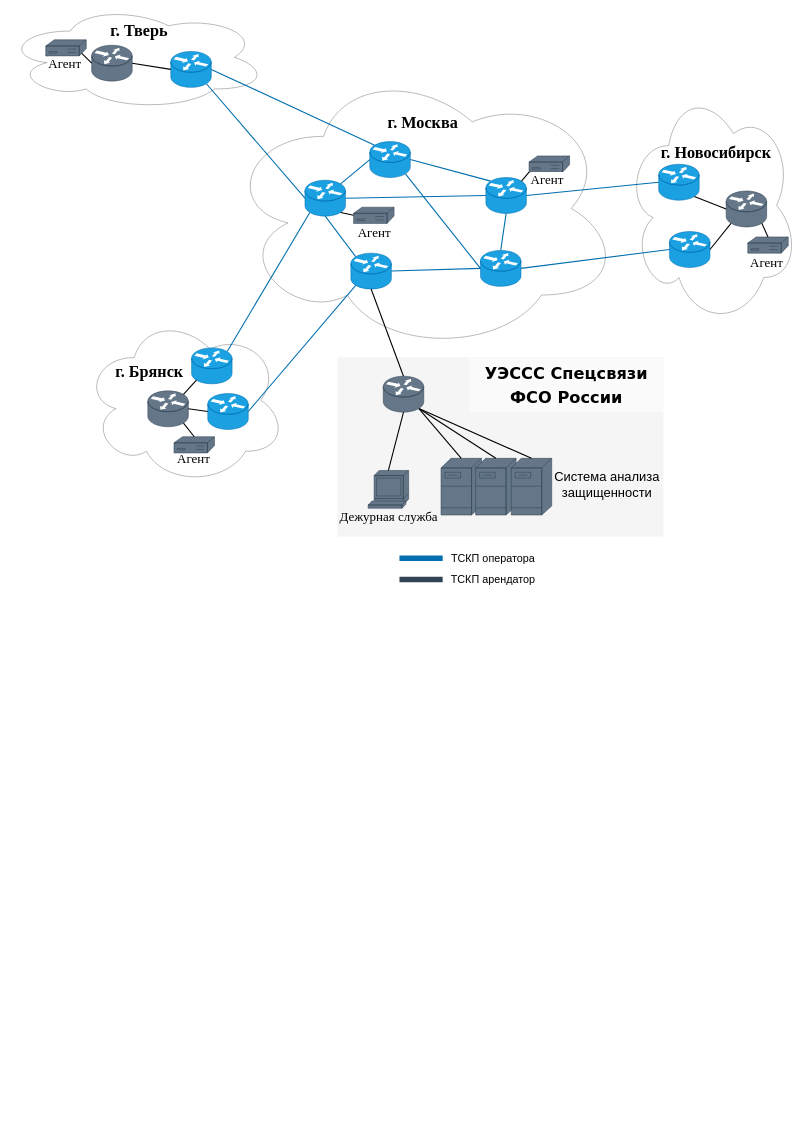
Earlier version of the draw.io diagram новая диаграмма для острикова.drawio (Egor-ZEV/PSTN). Source tidied: cells renumbered, new cells numbered last; positions are measured from the earlier drawing's top-left corner, leaving out a move shared by most shapes. Both pictures are drawn from the tidied source at 27%, with x=0, y=0 at pixel (5, 5).
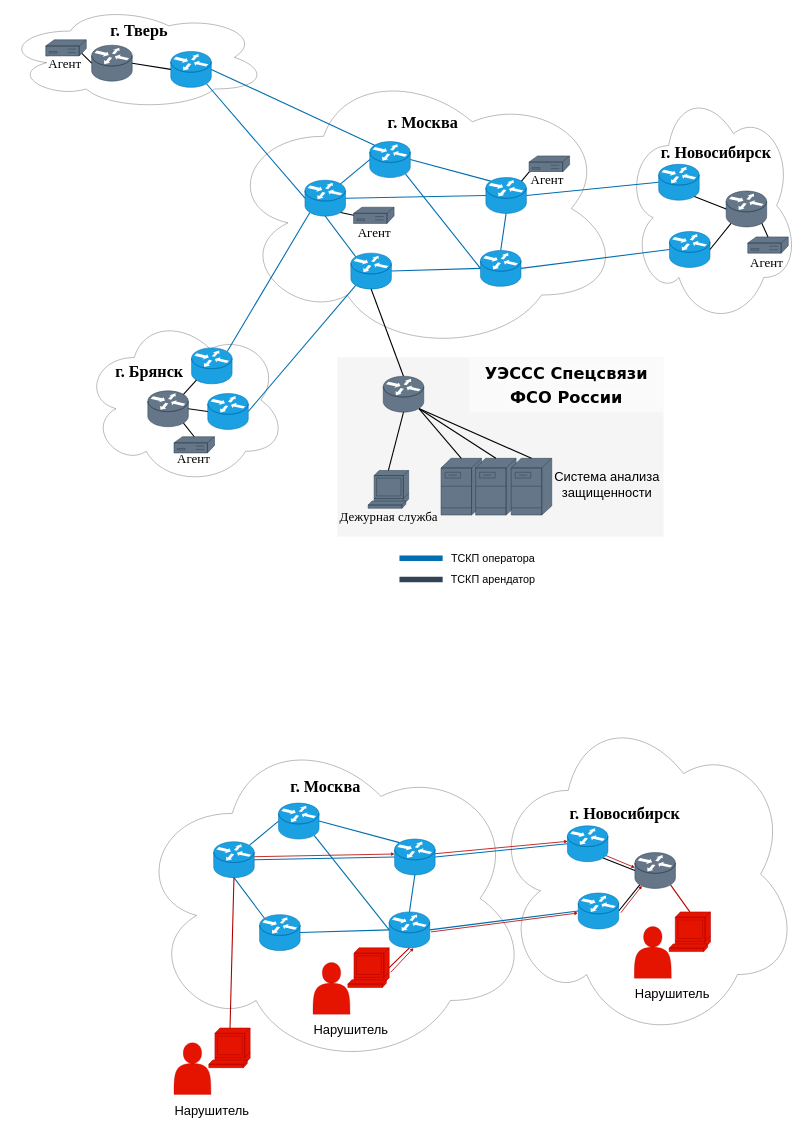
The same diagram, later.

What changed in the source:
```diff
@@
+    <mxCell id="74" style="ellipse;shape=cloud;whiteSpace=wrap;html=1;" parent="1" vertex="1">
+      <mxGeometry x="476" y="2680" width="1468" height="1260" as="geometry" />
+    </mxCell>
+    <mxCell id="75" value="&lt;font face=&quot;Times New Roman&quot; style=&quot;font-size: 60px;&quot;&gt;&lt;b&gt;г. Москва&lt;/b&gt;&lt;/font&gt;" style="text;html=1;align=center;verticalAlign=middle;strokeColor=none;fillColor=none;" parent="1" vertex="1">
+      <mxGeometry x="1047" y="2850" width="280" height="90" as="geometry" />
+    </mxCell>
+    <mxCell id="76" style="ellipse;shape=cloud;whiteSpace=wrap;html=1;" parent="1" vertex="1">
+      <mxGeometry x="1802" y="2600" width="1140" height="1240" as="geometry" />
+    </mxCell>
+    <mxCell id="77" value="&lt;font face=&quot;Times New Roman&quot; style=&quot;font-size: 60px;&quot;&gt;&lt;b&gt;г. Новосибирск&lt;/b&gt;&lt;/font&gt;" style="text;html=1;align=center;verticalAlign=middle;strokeColor=none;fillColor=none;" parent="1" vertex="1">
+      <mxGeometry x="2081" y="2951" width="430" height="90" as="geometry" />
+    </mxCell>
+    <mxCell id="78" style="shape=mxgraph.cisco.routers.router;sketch=0;html=1;dashed=0;fillColor=#1ba1e2;strokeColor=#006EAF;strokeWidth=2;verticalLabelPosition=bottom;verticalAlign=top;align=center;outlineConnect=0;fontColor=#ffffff;" parent="1" vertex="1">
+      <mxGeometry x="944" y="3370" width="150" height="133" as="geometry" />
+    </mxCell>
+    <mxCell id="79" style="shape=mxgraph.cisco.routers.router;sketch=0;html=1;dashed=0;fillColor=#1ba1e2;strokeColor=#006EAF;strokeWidth=2;verticalLabelPosition=bottom;verticalAlign=top;align=center;outlineConnect=0;fontColor=#ffffff;" parent="1" vertex="1">
+      <mxGeometry x="774" y="3100" width="150" height="133" as="geometry" />
+    </mxCell>
+    <mxCell id="80" style="shape=mxgraph.cisco.routers.router;sketch=0;html=1;dashed=0;fillColor=#1ba1e2;strokeColor=#006EAF;strokeWidth=2;verticalLabelPosition=bottom;verticalAlign=top;align=center;outlineConnect=0;fontColor=#ffffff;" parent="1" vertex="1">
+      <mxGeometry x="1014" y="2957" width="150" height="133" as="geometry" />
+    </mxCell>
+    <mxCell id="81" style="shape=mxgraph.cisco.routers.router;sketch=0;html=1;dashed=0;fillColor=#1ba1e2;strokeColor=#006EAF;strokeWidth=2;verticalLabelPosition=bottom;verticalAlign=top;align=center;outlineConnect=0;fontColor=#ffffff;" parent="1" vertex="1">
+      <mxGeometry x="1424" y="3360" width="150" height="133" as="geometry" />
+    </mxCell>
+    <mxCell id="82" style="endArrow=none;html=1;rounded=0;exitX=0;exitY=0.5;exitDx=0;exitDy=0;exitPerimeter=0;entryX=1;entryY=0.5;entryDx=0;entryDy=0;entryPerimeter=0;jumpSize=50;strokeWidth=4;fillColor=#1ba1e2;strokeColor=#006EAF;" parent="1" edge="1" source="116" target="114">
+      <mxGeometry relative="1" as="geometry" />
+    </mxCell>
+    <mxCell id="83" style="endArrow=none;html=1;rounded=0;exitX=1;exitY=0.5;exitDx=0;exitDy=0;exitPerimeter=0;entryX=0;entryY=0.5;entryDx=0;entryDy=0;entryPerimeter=0;jumpSize=50;strokeWidth=4;fillColor=#1ba1e2;strokeColor=#006EAF;" parent="1" edge="1" source="81" target="117">
+      <mxGeometry relative="1" as="geometry" />
+    </mxCell>
+    <mxCell id="84" style="endArrow=none;html=1;rounded=0;exitX=1;exitY=0.5;exitDx=0;exitDy=0;exitPerimeter=0;entryX=0;entryY=0.5;entryDx=0;entryDy=0;entryPerimeter=0;jumpSize=50;strokeWidth=4;fillColor=#1ba1e2;strokeColor=#006EAF;" parent="1" edge="1" source="79" target="114">
+      <mxGeometry relative="1" as="geometry" />
+    </mxCell>
+    <mxCell id="85" style="endArrow=none;html=1;rounded=0;entryX=0;entryY=0.5;entryDx=0;entryDy=0;entryPerimeter=0;jumpSize=50;strokeWidth=4;exitX=0.88;exitY=0.9;exitDx=0;exitDy=0;exitPerimeter=0;fillColor=#1ba1e2;strokeColor=#006EAF;" parent="1" edge="1" source="80" target="81">
+      <mxGeometry relative="1" as="geometry" />
+    </mxCell>
+    <mxCell id="86" style="endArrow=none;html=1;rounded=0;exitX=1;exitY=0.5;exitDx=0;exitDy=0;exitPerimeter=0;entryX=0;entryY=0.5;entryDx=0;entryDy=0;entryPerimeter=0;jumpSize=50;strokeWidth=4;fillColor=#1ba1e2;strokeColor=#006EAF;" parent="1" edge="1" source="78" target="81">
+      <mxGeometry relative="1" as="geometry" />
+    </mxCell>
+    <mxCell id="87" style="endArrow=none;html=1;rounded=0;exitX=1;exitY=0.5;exitDx=0;exitDy=0;exitPerimeter=0;entryX=0.12;entryY=0.1;entryDx=0;entryDy=0;entryPerimeter=0;jumpSize=50;strokeWidth=4;fillColor=#1ba1e2;strokeColor=#006EAF;" parent="1" edge="1" source="80" target="114">
+      <mxGeometry relative="1" as="geometry" />
+    </mxCell>
+    <mxCell id="88" style="endArrow=none;html=1;rounded=0;exitX=0.5;exitY=1;exitDx=0;exitDy=0;exitPerimeter=0;entryX=0.12;entryY=0.1;entryDx=0;entryDy=0;entryPerimeter=0;jumpSize=50;strokeWidth=4;fillColor=#1ba1e2;strokeColor=#006EAF;" parent="1" edge="1" source="79" target="78">
+      <mxGeometry relative="1" as="geometry" />
+    </mxCell>
+    <mxCell id="89" style="endArrow=none;html=1;rounded=0;exitX=0.88;exitY=0.1;exitDx=0;exitDy=0;exitPerimeter=0;entryX=0;entryY=0.5;entryDx=0;entryDy=0;entryPerimeter=0;jumpSize=50;strokeWidth=4;fillColor=#1ba1e2;strokeColor=#006EAF;" parent="1" edge="1" source="79" target="80">
+      <mxGeometry relative="1" as="geometry" />
+    </mxCell>
+    <mxCell id="90" style="endArrow=none;html=1;rounded=0;exitX=0.5;exitY=0;exitDx=0;exitDy=0;exitPerimeter=0;entryX=0.5;entryY=1;entryDx=0;entryDy=0;entryPerimeter=0;jumpSize=50;strokeWidth=4;fillColor=#1ba1e2;strokeColor=#006EAF;" parent="1" edge="1" source="81" target="114">
+      <mxGeometry relative="1" as="geometry" />
+    </mxCell>
+    <mxCell id="91" style="shape=mxgraph.cisco.routers.router;sketch=0;html=1;dashed=0;fillColor=#647687;strokeColor=#314354;strokeWidth=2;verticalLabelPosition=bottom;verticalAlign=top;align=center;outlineConnect=0;fontColor=#ffffff;" parent="1" vertex="1">
+      <mxGeometry x="2334" y="3140" width="150" height="133" as="geometry" />
+    </mxCell>
+    <mxCell id="92" style="endArrow=none;html=1;rounded=0;exitX=0.12;exitY=0.9;exitDx=0;exitDy=0;exitPerimeter=0;entryX=1;entryY=0.5;entryDx=0;entryDy=0;entryPerimeter=0;jumpSize=50;strokeWidth=4;" parent="1" edge="1" source="91" target="117">
+      <mxGeometry relative="1" as="geometry" />
+    </mxCell>
+    <mxCell id="93" style="endArrow=none;html=1;rounded=0;exitX=0;exitY=0.5;exitDx=0;exitDy=0;exitPerimeter=0;entryX=0.88;entryY=0.9;entryDx=0;entryDy=0;entryPerimeter=0;jumpSize=50;strokeWidth=4;" parent="1" edge="1" source="91" target="116">
+      <mxGeometry relative="1" as="geometry" />
+    </mxCell>
+    <mxCell id="94" style="group;" parent="1" vertex="1">
+      <mxGeometry x="627" y="3790" width="290" height="336.5" as="geometry" />
+    </mxCell>
+    <mxCell id="95" style="shape=mxgraph.cisco.computers_and_peripherals.terminal;sketch=0;html=1;dashed=0;fillColor=#e51400;strokeColor=#B20000;strokeWidth=2;verticalLabelPosition=bottom;verticalAlign=top;align=center;outlineConnect=0;fontColor=#ffffff;" parent="94" vertex="1">
+      <mxGeometry x="128.9" width="153.1" height="146.8" as="geometry" />
+    </mxCell>
+    <mxCell id="96" style="shape=actor;whiteSpace=wrap;html=1;fillColor=#e51400;strokeColor=#B20000;fontColor=#ffffff;" parent="94" vertex="1">
+      <mxGeometry y="54.3" width="136.9" height="191.8" as="geometry" />
+    </mxCell>
+    <mxCell id="97" value="&lt;font style=&quot;font-size: 48px;&quot;&gt;Нарушитель&lt;/font&gt;" style="text;whiteSpace=wrap;html=1;" parent="94" vertex="1">
+      <mxGeometry y="268.6" width="225.6" height="67.9" as="geometry" />
+    </mxCell>
+    <mxCell id="98" style="group;" parent="1" vertex="1">
+      <mxGeometry x="1142" y="3493" width="290" height="336.5" as="geometry" />
+    </mxCell>
+    <mxCell id="99" style="shape=mxgraph.cisco.computers_and_peripherals.terminal;sketch=0;html=1;dashed=0;fillColor=#e51400;strokeColor=#B20000;strokeWidth=2;verticalLabelPosition=bottom;verticalAlign=top;align=center;outlineConnect=0;fontColor=#ffffff;" parent="98" vertex="1">
+      <mxGeometry x="128.9" width="153.1" height="146.8" as="geometry" />
+    </mxCell>
+    <mxCell id="100" style="shape=actor;whiteSpace=wrap;html=1;fillColor=#e51400;strokeColor=#B20000;fontColor=#ffffff;" parent="98" vertex="1">
+      <mxGeometry y="54.3" width="136.9" height="191.8" as="geometry" />
+    </mxCell>
+    <mxCell id="101" value="&lt;font style=&quot;font-size: 48px;&quot;&gt;Нарушитель&lt;/font&gt;" style="text;whiteSpace=wrap;html=1;" parent="98" vertex="1">
+      <mxGeometry y="268.6" width="225.6" height="67.9" as="geometry" />
+    </mxCell>
+    <mxCell id="102" style="group;" parent="1" vertex="1">
+      <mxGeometry x="2332" y="3360" width="290" height="336.5" as="geometry" />
+    </mxCell>
+    <mxCell id="103" style="shape=mxgraph.cisco.computers_and_peripherals.terminal;sketch=0;html=1;dashed=0;fillColor=#e51400;strokeColor=#B20000;strokeWidth=2;verticalLabelPosition=bottom;verticalAlign=top;align=center;outlineConnect=0;fontColor=#ffffff;" parent="102" vertex="1">
+      <mxGeometry x="128.9" width="153.1" height="146.8" as="geometry" />
+    </mxCell>
+    <mxCell id="104" style="shape=actor;whiteSpace=wrap;html=1;fillColor=#e51400;strokeColor=#B20000;fontColor=#ffffff;" parent="102" vertex="1">
+      <mxGeometry y="54.3" width="136.9" height="191.8" as="geometry" />
+    </mxCell>
+    <mxCell id="105" value="&lt;font style=&quot;font-size: 48px;&quot;&gt;Нарушитель&lt;/font&gt;" style="text;whiteSpace=wrap;html=1;" parent="102" vertex="1">
+      <mxGeometry y="268.6" width="225.6" height="67.9" as="geometry" />
+    </mxCell>
+    <mxCell id="106" style="endArrow=none;html=1;rounded=0;entryX=0.5;entryY=1;entryDx=0;entryDy=0;entryPerimeter=0;jumpSize=50;strokeWidth=4;fillColor=#e51400;strokeColor=#B20000;" parent="1" edge="1" source="95" target="79">
+      <mxGeometry relative="1" as="geometry" />
+    </mxCell>
+    <mxCell id="107" style="endArrow=none;html=1;rounded=0;entryX=0.5;entryY=1;entryDx=0;entryDy=0;entryPerimeter=0;jumpSize=50;strokeWidth=4;fillColor=#e51400;strokeColor=#B20000;exitX=1;exitY=0.5;exitDx=0;exitDy=0;exitPerimeter=0;" parent="1" edge="1" source="99" target="81">
+      <mxGeometry relative="1" as="geometry" />
+    </mxCell>
+    <mxCell id="108" style="endArrow=none;html=1;rounded=0;entryX=0.88;entryY=0.9;entryDx=0;entryDy=0;entryPerimeter=0;jumpSize=50;strokeWidth=4;fillColor=#e51400;strokeColor=#B20000;exitX=0.5;exitY=0;exitDx=0;exitDy=0;exitPerimeter=0;" parent="1" edge="1" source="103" target="91">
+      <mxGeometry relative="1" as="geometry" />
+    </mxCell>
+    <mxCell id="109" style="endArrow=classic;html=1;rounded=0;fillColor=#e51400;strokeColor=#B20000;strokeWidth=3;" parent="1" edge="1">
+      <mxGeometry relative="1" as="geometry">
+        <mxPoint x="1579" y="3434" as="sourcePoint" />
+        <mxPoint x="2123" y="3364" as="targetPoint" />
+      </mxGeometry>
+    </mxCell>
+    <mxCell id="110" style="endArrow=classic;html=1;rounded=0;fillColor=#e51400;strokeColor=#B20000;strokeWidth=3;" parent="1" edge="1">
+      <mxGeometry relative="1" as="geometry">
+        <mxPoint x="924" y="3155.5" as="sourcePoint" />
+        <mxPoint x="1444" y="3145.5" as="targetPoint" />
+      </mxGeometry>
+    </mxCell>
+    <mxCell id="111" style="endArrow=classic;html=1;rounded=0;fillColor=#e51400;strokeColor=#B20000;strokeWidth=3;" parent="1" edge="1">
+      <mxGeometry relative="1" as="geometry">
+        <mxPoint x="2282" y="3363" as="sourcePoint" />
+        <mxPoint x="2360" y="3263" as="targetPoint" />
+      </mxGeometry>
+    </mxCell>
+    <mxCell id="112" style="endArrow=classic;html=1;rounded=0;fillColor=#e51400;strokeColor=#B20000;strokeWidth=3;" parent="1" edge="1">
+      <mxGeometry relative="1" as="geometry">
+        <mxPoint x="1430" y="3583.1" as="sourcePoint" />
+        <mxPoint x="1514" y="3494" as="targetPoint" />
+      </mxGeometry>
+    </mxCell>
+    <mxCell id="113" style="endArrow=classic;html=1;rounded=0;fillColor=#e51400;strokeColor=#B20000;strokeWidth=3;" parent="1" edge="1">
+      <mxGeometry relative="1" as="geometry">
+        <mxPoint x="1587" y="3145" as="sourcePoint" />
+        <mxPoint x="2085" y="3098.5" as="targetPoint" />
+      </mxGeometry>
+    </mxCell>
+    <mxCell id="114" style="shape=mxgraph.cisco.routers.router;sketch=0;html=1;dashed=0;fillColor=#1ba1e2;strokeColor=#006EAF;strokeWidth=2;verticalLabelPosition=bottom;verticalAlign=top;align=center;outlineConnect=0;fontColor=#ffffff;" parent="1" vertex="1">
+      <mxGeometry x="1444" y="3090" width="150" height="133" as="geometry" />
+    </mxCell>
+    <mxCell id="115" style="endArrow=classic;html=1;rounded=0;fillColor=#e51400;strokeColor=#B20000;strokeWidth=3;" parent="1" edge="1">
+      <mxGeometry relative="1" as="geometry">
+        <mxPoint x="2214" y="3146" as="sourcePoint" />
+        <mxPoint x="2334" y="3196" as="targetPoint" />
+      </mxGeometry>
+    </mxCell>
+    <mxCell id="116" style="shape=mxgraph.cisco.routers.router;sketch=0;html=1;dashed=0;fillColor=#1ba1e2;strokeColor=#006EAF;strokeWidth=2;verticalLabelPosition=bottom;verticalAlign=top;align=center;outlineConnect=0;fontColor=#ffffff;" parent="1" vertex="1">
+      <mxGeometry x="2084" y="3041" width="150" height="133" as="geometry" />
+    </mxCell>
+    <mxCell id="117" style="shape=mxgraph.cisco.routers.router;sketch=0;html=1;dashed=0;fillColor=#1ba1e2;strokeColor=#006EAF;strokeWidth=2;verticalLabelPosition=bottom;verticalAlign=top;align=center;outlineConnect=0;fontColor=#ffffff;" parent="1" vertex="1">
+      <mxGeometry x="2124" y="3290" width="150" height="133" as="geometry" />
+    </mxCell>
```
